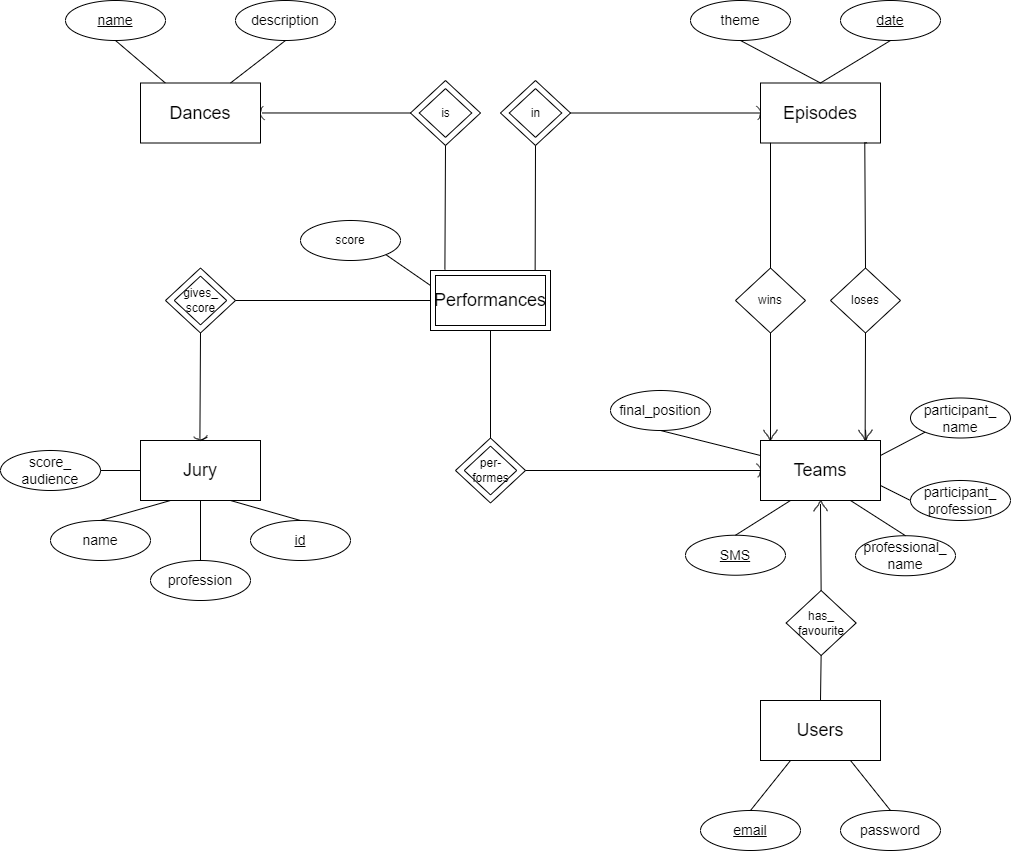
NiaPopova/DancingStars keeps this draw.io diagram as er_diagram_dancing_starts_2.png. Above is the earlier version. Source tidied: cells renumbered, new cells last; positions are measured from the earlier drawing's top-left corner, leaving out a move shared by most shapes.
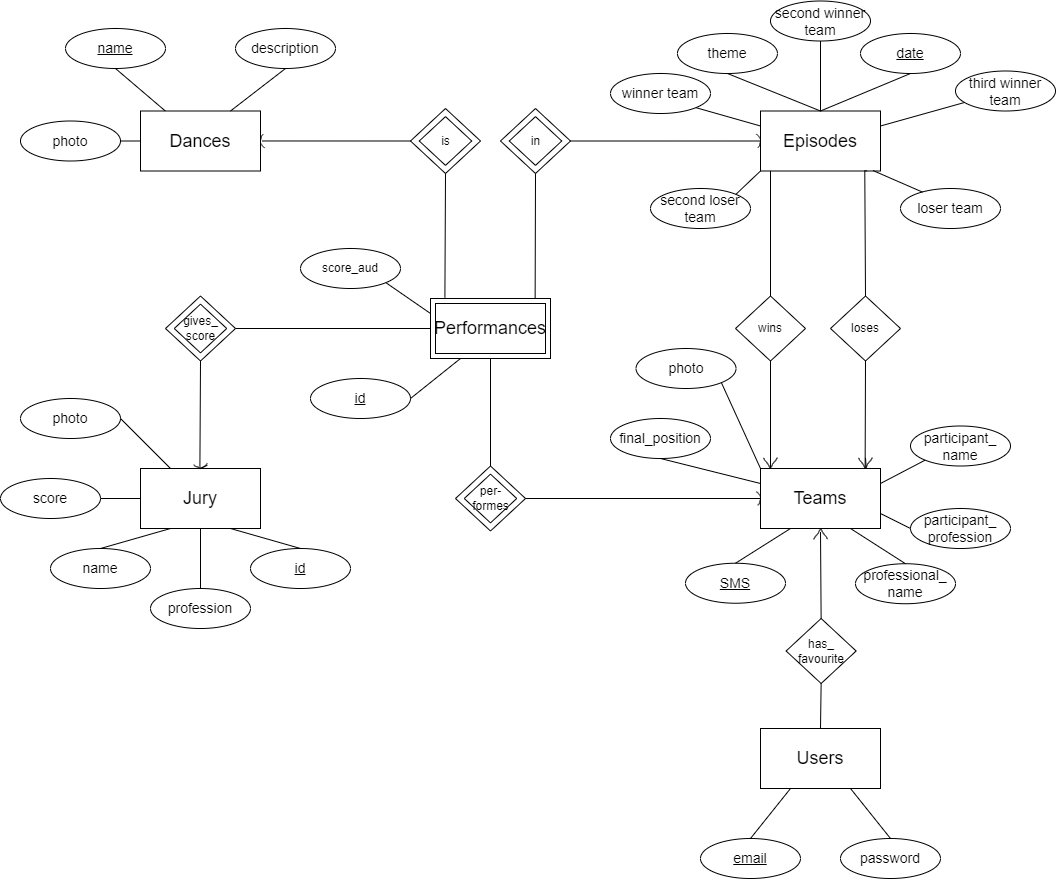
The same diagram one commit later.

Diff of the diagram source:
```diff
@@ -29,7 +29,7 @@
       <mxGeometry width="120" height="60" as="geometry" />
     </mxCell>
     <mxCell id="10" value="&lt;u&gt;&lt;font style=&quot;font-size: 14px;&quot;&gt;date&lt;/font&gt;&lt;/u&gt;" style="ellipse;html=1;whiteSpace=wrap;" parent="1" vertex="1">
-      <mxGeometry x="840" width="100" height="40" as="geometry" />
+      <mxGeometry x="860" y="5" width="100" height="40" as="geometry" />
     </mxCell>
     <mxCell id="11" style="endArrow=none;html=1;rounded=0;entryX=0.5;entryY=0;entryDx=0;entryDy=0;exitX=0.5;exitY=1;exitDx=0;exitDy=0;" parent="1" edge="1" source="10" target="9">
       <mxGeometry relative="1" as="geometry" />
@@ -37,14 +37,14 @@
     <mxCell id="12" style="endArrow=none;html=1;rounded=0;entryX=0.5;entryY=1;entryDx=0;entryDy=0;exitX=0.5;exitY=0;exitDx=0;exitDy=0;" parent="1" edge="1" source="9" target="15">
       <mxGeometry relative="1" as="geometry" />
     </mxCell>
-    <mxCell id="13" value="&lt;font style=&quot;font-size: 14px;&quot;&gt;score_&lt;/font&gt;&lt;div&gt;&lt;font style=&quot;font-size: 14px;&quot;&gt;audience&lt;/font&gt;&lt;/div&gt;" style="ellipse;html=1;whiteSpace=wrap;" parent="1" vertex="1">
+    <mxCell id="13" value="&lt;span style=&quot;font-size: 14px;&quot;&gt;score&lt;/span&gt;" style="ellipse;html=1;whiteSpace=wrap;" parent="1" vertex="1">
       <mxGeometry y="450" width="100" height="40" as="geometry" />
     </mxCell>
     <mxCell id="14" style="endArrow=none;html=1;rounded=0;entryX=1;entryY=0.5;entryDx=0;entryDy=0;exitX=0;exitY=0.5;exitDx=0;exitDy=0;" parent="1" edge="1" source="21" target="13">
       <mxGeometry relative="1" as="geometry" />
     </mxCell>
     <mxCell id="15" value="&lt;font style=&quot;font-size: 14px;&quot;&gt;theme&lt;/font&gt;" style="ellipse;html=1;whiteSpace=wrap;" parent="1" vertex="1">
-      <mxGeometry x="690" width="100" height="40" as="geometry" />
+      <mxGeometry x="677" y="5" width="100" height="40" as="geometry" />
     </mxCell>
     <mxCell id="16" style="group;" parent="1" vertex="1">
       <mxGeometry x="430" y="270" width="120" height="60" as="geometry" />
@@ -55,7 +55,7 @@
     <mxCell id="18" value="&lt;font style=&quot;font-size: 18px;&quot;&gt;Performances&lt;/font&gt;" style="rounded=0;whiteSpace=wrap;html=1;" parent="16" vertex="1">
       <mxGeometry x="5" y="5" width="110" height="50" as="geometry" />
     </mxCell>
-    <mxCell id="19" value="score" style="ellipse;html=1;whiteSpace=wrap;fontStyle=0;" parent="1" vertex="1">
+    <mxCell id="19" value="score_aud" style="ellipse;html=1;whiteSpace=wrap;fontStyle=0;" parent="1" vertex="1">
       <mxGeometry x="300" y="220" width="100" height="40" as="geometry" />
     </mxCell>
     <mxCell id="20" style="endArrow=none;html=1;rounded=0;exitX=1;exitY=1;exitDx=0;exitDy=0;entryX=0;entryY=0.25;entryDx=0;entryDy=0;" parent="1" edge="1" source="19" target="17">
@@ -276,5 +276,59 @@
     <mxCell id="88" style="shape=(stored shape, 680 characters);fillColor=none;strokeColor=default;rotation=-180;" parent="1" vertex="1">
       <mxGeometry x="858" y="429.3" width="13.9" height="10.7" as="geometry" />
     </mxCell>
+    <mxCell id="89" value="&lt;font style=&quot;font-size: 14px; font-weight: normal;&quot;&gt;photo&lt;/font&gt;" style="ellipse;html=1;whiteSpace=wrap;fontStyle=1;" parent="1" vertex="1">
+      <mxGeometry x="20" y="92.5" width="100" height="40" as="geometry" />
+    </mxCell>
+    <mxCell id="90" style="endArrow=none;html=1;rounded=0;exitX=1;exitY=0.5;exitDx=0;exitDy=0;entryX=0;entryY=0.5;entryDx=0;entryDy=0;" parent="1" edge="1" source="89" target="3">
+      <mxGeometry relative="1" as="geometry" />
+    </mxCell>
+    <mxCell id="91" value="&lt;font style=&quot;font-size: 14px; font-weight: normal;&quot;&gt;photo&lt;/font&gt;" style="ellipse;html=1;whiteSpace=wrap;fontStyle=1;" parent="1" vertex="1">
+      <mxGeometry x="20" y="370" width="100" height="40" as="geometry" />
+    </mxCell>
+    <mxCell id="92" style="endArrow=none;html=1;rounded=0;exitX=1;exitY=0.5;exitDx=0;exitDy=0;entryX=0.25;entryY=0;entryDx=0;entryDy=0;" parent="1" edge="1" source="91" target="21">
+      <mxGeometry relative="1" as="geometry" />
+    </mxCell>
+    <mxCell id="93" value="&lt;font style=&quot;font-size: 14px; font-weight: normal;&quot;&gt;photo&lt;/font&gt;" style="ellipse;html=1;whiteSpace=wrap;fontStyle=1;" parent="1" vertex="1">
+      <mxGeometry x="635.5" y="320" width="100" height="40" as="geometry" />
+    </mxCell>
+    <mxCell id="94" style="endArrow=none;html=1;rounded=0;exitX=1;exitY=1;exitDx=0;exitDy=0;entryX=0;entryY=0;entryDx=0;entryDy=0;" parent="1" edge="1" source="93" target="28">
+      <mxGeometry relative="1" as="geometry" />
+    </mxCell>
+    <mxCell id="95" value="&lt;font style=&quot;font-size: 14px; font-weight: normal;&quot;&gt;&lt;u&gt;id&lt;/u&gt;&lt;/font&gt;" style="ellipse;html=1;whiteSpace=wrap;fontStyle=1;" parent="1" vertex="1">
+      <mxGeometry x="310" y="350" width="100" height="40" as="geometry" />
+    </mxCell>
+    <mxCell id="96" style="endArrow=none;html=1;rounded=0;exitX=1;exitY=0.5;exitDx=0;exitDy=0;entryX=0.25;entryY=1;entryDx=0;entryDy=0;" parent="1" edge="1" source="95" target="17">
+      <mxGeometry relative="1" as="geometry" />
+    </mxCell>
+    <mxCell id="97" value="&lt;font style=&quot;font-size: 14px; font-weight: normal;&quot;&gt;winner team&lt;/font&gt;" style="ellipse;html=1;whiteSpace=wrap;fontStyle=1;" parent="1" vertex="1">
+      <mxGeometry x="610" y="45" width="100" height="40" as="geometry" />
+    </mxCell>
+    <mxCell id="98" style="endArrow=none;html=1;rounded=0;exitX=1;exitY=1;exitDx=0;exitDy=0;entryX=0;entryY=0.25;entryDx=0;entryDy=0;" parent="1" edge="1" source="97" target="9">
+      <mxGeometry relative="1" as="geometry" />
+    </mxCell>
+    <mxCell id="99" value="&lt;font style=&quot;font-size: 14px; font-weight: normal;&quot;&gt;second winner team&lt;/font&gt;" style="ellipse;html=1;whiteSpace=wrap;fontStyle=1;" parent="1" vertex="1">
+      <mxGeometry x="770" y="-27.5" width="100" height="40" as="geometry" />
+    </mxCell>
+    <mxCell id="100" style="endArrow=none;html=1;rounded=0;exitX=0.5;exitY=1;exitDx=0;exitDy=0;entryX=0.5;entryY=0;entryDx=0;entryDy=0;" parent="1" edge="1" source="99" target="9">
+      <mxGeometry relative="1" as="geometry" />
+    </mxCell>
+    <mxCell id="101" value="&lt;font style=&quot;font-size: 14px; font-weight: normal;&quot;&gt;third winner team&lt;/font&gt;" style="ellipse;html=1;whiteSpace=wrap;fontStyle=1;" parent="1" vertex="1">
+      <mxGeometry x="955" y="42.5" width="100" height="40" as="geometry" />
+    </mxCell>
+    <mxCell id="102" style="endArrow=none;html=1;rounded=0;entryX=1;entryY=0.25;entryDx=0;entryDy=0;" parent="1" edge="1" source="101" target="9">
+      <mxGeometry relative="1" as="geometry" />
+    </mxCell>
+    <mxCell id="103" value="&lt;font style=&quot;font-size: 14px; font-weight: normal;&quot;&gt;loser team&lt;/font&gt;" style="ellipse;html=1;whiteSpace=wrap;fontStyle=1;" parent="1" vertex="1">
+      <mxGeometry x="900" y="160" width="100" height="40" as="geometry" />
+    </mxCell>
+    <mxCell id="104" style="endArrow=none;html=1;rounded=0;entryX=0.937;entryY=0.992;entryDx=0;entryDy=0;entryPerimeter=0;exitX=0.22;exitY=0.09;exitDx=0;exitDy=0;exitPerimeter=0;" parent="1" edge="1" source="103" target="9">
+      <mxGeometry relative="1" as="geometry" />
+    </mxCell>
+    <mxCell id="105" value="&lt;font style=&quot;font-size: 14px; font-weight: normal;&quot;&gt;second loser team&lt;/font&gt;" style="ellipse;html=1;whiteSpace=wrap;fontStyle=1;" parent="1" vertex="1">
+      <mxGeometry x="650" y="160" width="100" height="40" as="geometry" />
+    </mxCell>
+    <mxCell id="106" style="endArrow=none;html=1;rounded=0;exitX=1;exitY=0;exitDx=0;exitDy=0;entryX=0;entryY=1;entryDx=0;entryDy=0;" parent="1" edge="1" source="105" target="9">
+      <mxGeometry relative="1" as="geometry" />
+    </mxCell>
   </root>
 </mxGraphModel>
```
